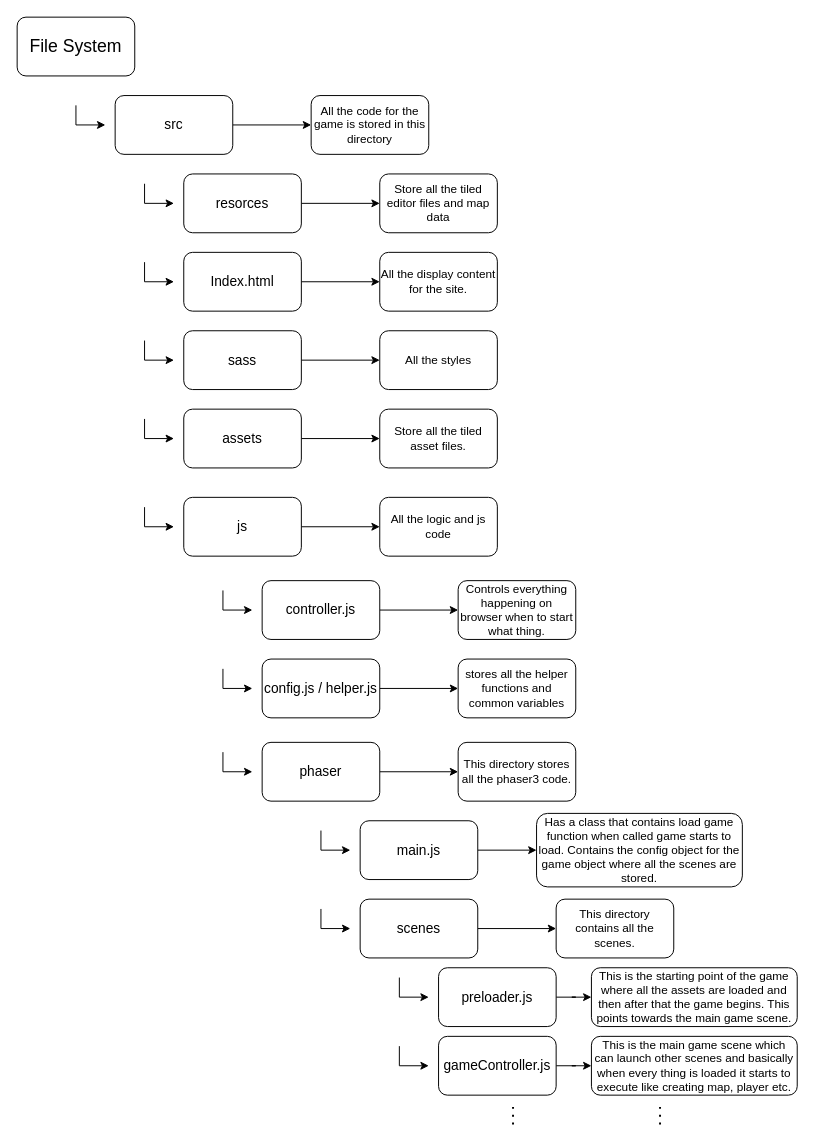
This is DetailsForTheProject/fileSystem.drawio from tejasva-087/StardewValleyClone, a draw.io file, before an edit. Source tidied: cells renumbered, new cells numbered last; positions are measured from the earlier drawing's top-left corner, leaving out a move shared by most shapes. Both pictures are drawn from the tidied source at 98%, with x=0, y=0 at pixel (17, 17).
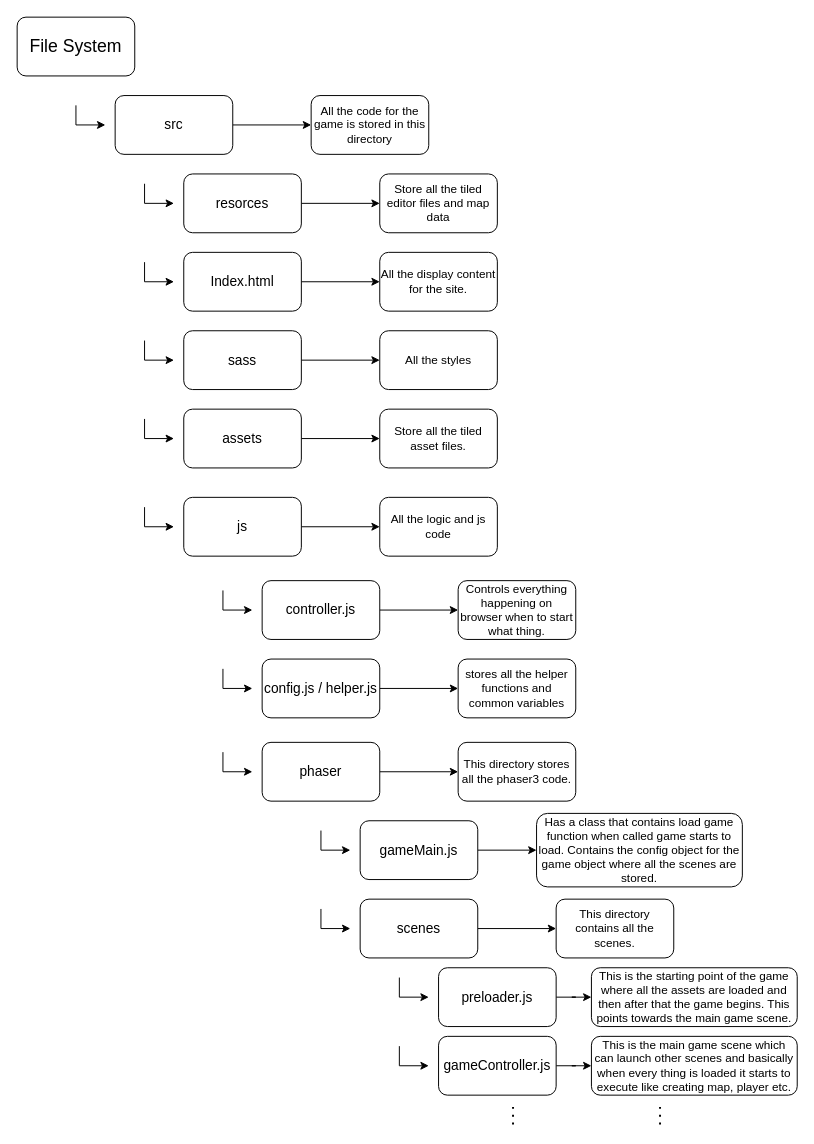
After the change.

What changed in the source:
```diff
@@
-    <mxCell id="40" value="&lt;span style=&quot;font-size: 14px;&quot;&gt;main.js&lt;/span&gt;" style="rounded=1;whiteSpace=wrap;html=1;" parent="1" vertex="1">
+    <mxCell id="40" value="&lt;span style=&quot;font-size: 14px;&quot;&gt;gameMain.js&lt;/span&gt;" style="rounded=1;whiteSpace=wrap;html=1;" parent="1" vertex="1">
       <mxGeometry x="350" y="820" width="120" height="60" as="geometry" />
     </mxCell>
```
